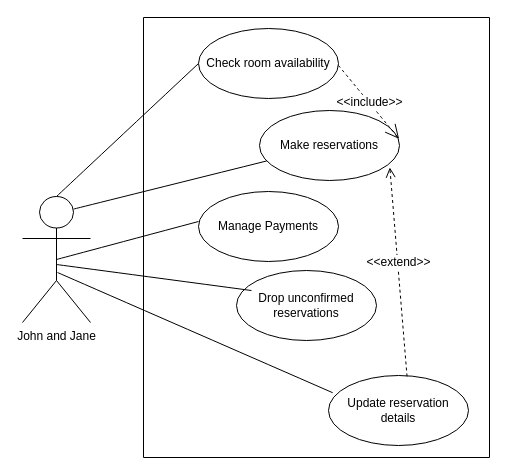
Above: Untitled Diagram.drawio in ashcacerespagan/Diagrams (draw.io), before the change. Source tidied: cells renumbered, new cells numbered last; positions are measured from the earlier drawing's top-left corner, leaving out a move shared by most shapes. Both pictures are drawn from the tidied source at 100%, with x=0, y=0 at pixel (22, 17).
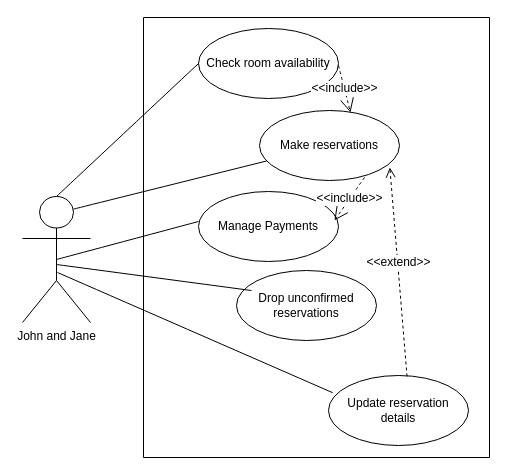
The same diagram, later.

Commit message (it also covers changes not shown here):
John and Jane UCD.drawio

Change to the diagram source:
```diff
@@
 <mxGraphModel>
   <root>
     <mxCell id="0" />
     <mxCell id="1" parent="0" />
     <mxCell id="2" value="John and Jane" style="shape=umlActor;verticalLabelPosition=bottom;verticalAlign=top;html=1;" parent="1" vertex="1">
       <mxGeometry y="179" width="68" height="126" as="geometry" />
     </mxCell>
     <mxCell id="3" value="Check room availability" style="ellipse;whiteSpace=wrap;html=1;" parent="1" vertex="1">
       <mxGeometry x="176" y="11" width="140" height="70" as="geometry" />
     </mxCell>
     <mxCell id="4" value="Manage Payments" style="ellipse;whiteSpace=wrap;html=1;" parent="1" vertex="1">
       <mxGeometry x="176" y="174" width="140" height="70" as="geometry" />
     </mxCell>
     <mxCell id="5" style="swimlane;startSize=0;" parent="1" vertex="1">
       <mxGeometry x="121" width="346" height="440" as="geometry" />
     </mxCell>
     <mxCell id="6" value="Update reservation details" style="ellipse;whiteSpace=wrap;html=1;" parent="5" vertex="1">
       <mxGeometry x="185" y="358" width="140" height="70" as="geometry" />
     </mxCell>
     <mxCell id="7" value="Drop unconfirmed reservations" style="ellipse;whiteSpace=wrap;html=1;" parent="5" vertex="1">
       <mxGeometry x="93" y="253" width="140" height="70" as="geometry" />
     </mxCell>
     <mxCell id="8" value="Make reservations" style="ellipse;whiteSpace=wrap;html=1;" parent="5" vertex="1">
       <mxGeometry x="116" y="93" width="140" height="70" as="geometry" />
     </mxCell>
     <mxCell id="9" value="&amp;lt;&amp;lt;extend&amp;gt;&amp;gt;" style="html=1;verticalAlign=bottom;endArrow=open;dashed=1;endSize=8;curved=0;rounded=0;fontSize=12;exitX=0.561;exitY=0.013;exitDx=0;exitDy=0;exitPerimeter=0;entryX=0.931;entryY=0.813;entryDx=0;entryDy=0;entryPerimeter=0;" parent="5" edge="1" source="6" target="8">
       <mxGeometry relative="1" as="geometry" />
     </mxCell>
     <mxCell id="10" style="endArrow=none;html=1;rounded=0;fontSize=12;startSize=8;endSize=8;curved=1;entryX=0;entryY=0.5;entryDx=0;entryDy=0;exitX=0.5;exitY=0;exitDx=0;exitDy=0;exitPerimeter=0;" parent="1" edge="1" source="2" target="3">
       <mxGeometry relative="1" as="geometry" />
     </mxCell>
     <mxCell id="11" style="endArrow=none;html=1;rounded=0;fontSize=12;startSize=8;endSize=8;curved=1;exitX=0.75;exitY=0.1;exitDx=0;exitDy=0;exitPerimeter=0;" parent="1" edge="1" source="2" target="8">
       <mxGeometry relative="1" as="geometry" />
     </mxCell>
     <mxCell id="12" style="endArrow=none;html=1;rounded=0;fontSize=12;startSize=8;endSize=8;curved=1;entryX=0.03;entryY=0.246;entryDx=0;entryDy=0;entryPerimeter=0;exitX=0.463;exitY=0.575;exitDx=0;exitDy=0;exitPerimeter=0;" parent="1" edge="1" target="6">
       <mxGeometry relative="1" as="geometry">
         <mxPoint x="35" y="255" as="sourcePoint" />
       </mxGeometry>
     </mxCell>
     <mxCell id="13" style="endArrow=none;html=1;rounded=0;fontSize=12;startSize=8;endSize=8;curved=1;exitX=0.5;exitY=0.5;exitDx=0;exitDy=0;exitPerimeter=0;" parent="1" edge="1" source="2">
       <mxGeometry relative="1" as="geometry">
         <mxPoint x="176" y="204" as="targetPoint" />
       </mxGeometry>
     </mxCell>
-    <mxCell id="14" value="&amp;lt;&amp;lt;include&amp;gt;&amp;gt;" style="endArrow=open;endSize=12;dashed=1;html=1;rounded=0;fontSize=12;curved=1;entryX=0.997;entryY=0.405;entryDx=0;entryDy=0;entryPerimeter=0;" parent="1" edge="1" target="8">
+    <mxCell id="14" value="&amp;lt;&amp;lt;include&amp;gt;&amp;gt;" style="endArrow=open;endSize=12;dashed=1;html=1;rounded=0;fontSize=12;curved=1;entryX=0.65;entryY=0.029;entryDx=0;entryDy=0;entryPerimeter=0;" parent="1" edge="1" target="8">
       <mxGeometry relative="1" as="geometry">
         <mxPoint x="316" y="48" as="sourcePoint" />
       </mxGeometry>
     </mxCell>
     <mxCell id="15" style="endArrow=none;html=1;rounded=0;fontSize=12;startSize=8;endSize=8;curved=1;entryX=0.107;entryY=0.286;entryDx=0;entryDy=0;entryPerimeter=0;exitX=0.5;exitY=0.5;exitDx=0;exitDy=0;exitPerimeter=0;" parent="1" edge="1" target="7">
       <mxGeometry relative="1" as="geometry">
         <mxPoint x="34" y="247" as="sourcePoint" />
       </mxGeometry>
     </mxCell>
+    <mxCell id="16" value="&amp;lt;&amp;lt;include&amp;gt;&amp;gt;" style="endArrow=open;endSize=12;dashed=1;html=1;rounded=0;fontSize=12;curved=1;entryX=0.971;entryY=0.414;entryDx=0;entryDy=0;entryPerimeter=0;exitX=0.75;exitY=0.957;exitDx=0;exitDy=0;exitPerimeter=0;" parent="1" edge="1" source="8" target="4">
+      <mxGeometry relative="1" as="geometry" />
+    </mxCell>
   </root>
 </mxGraphModel>
```
